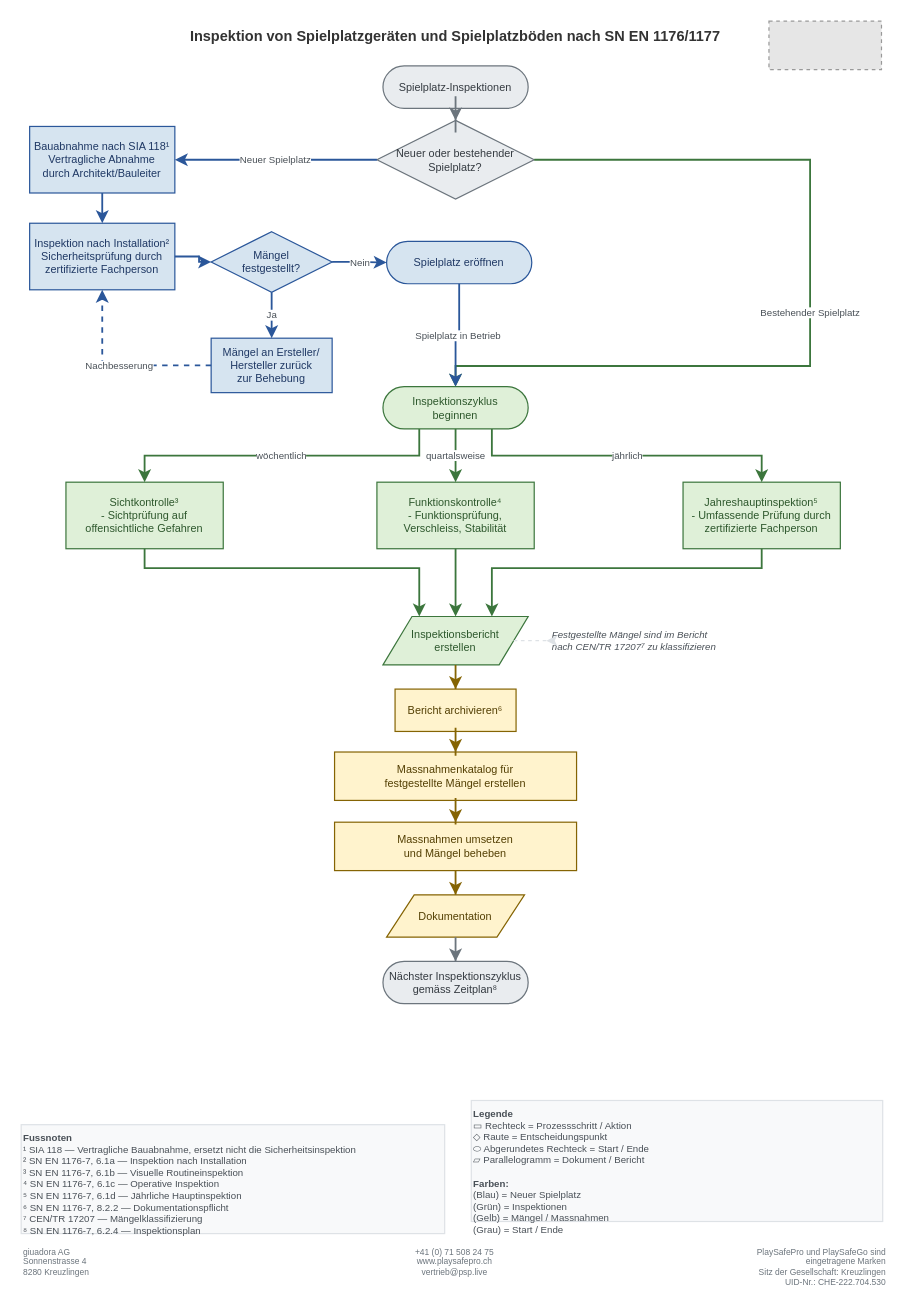
Before: Inspektion-von-Spielplatzgeraeten-und-Spielplatzboeden/Spielplatzinspektionen.drawio in giuadora/ch.playsafepro.flowcharts, a draw.io diagram. Source tidied: cells renumbered, new cells numbered last; positions are measured from the earlier drawing's top-left corner, leaving out a move shared by most shapes. Both pictures are drawn from the tidied source at 121%, with x=0, y=0 at pixel (21, 21). Pictures stored in the file or linked from it are replaced by grey dashed boxes.
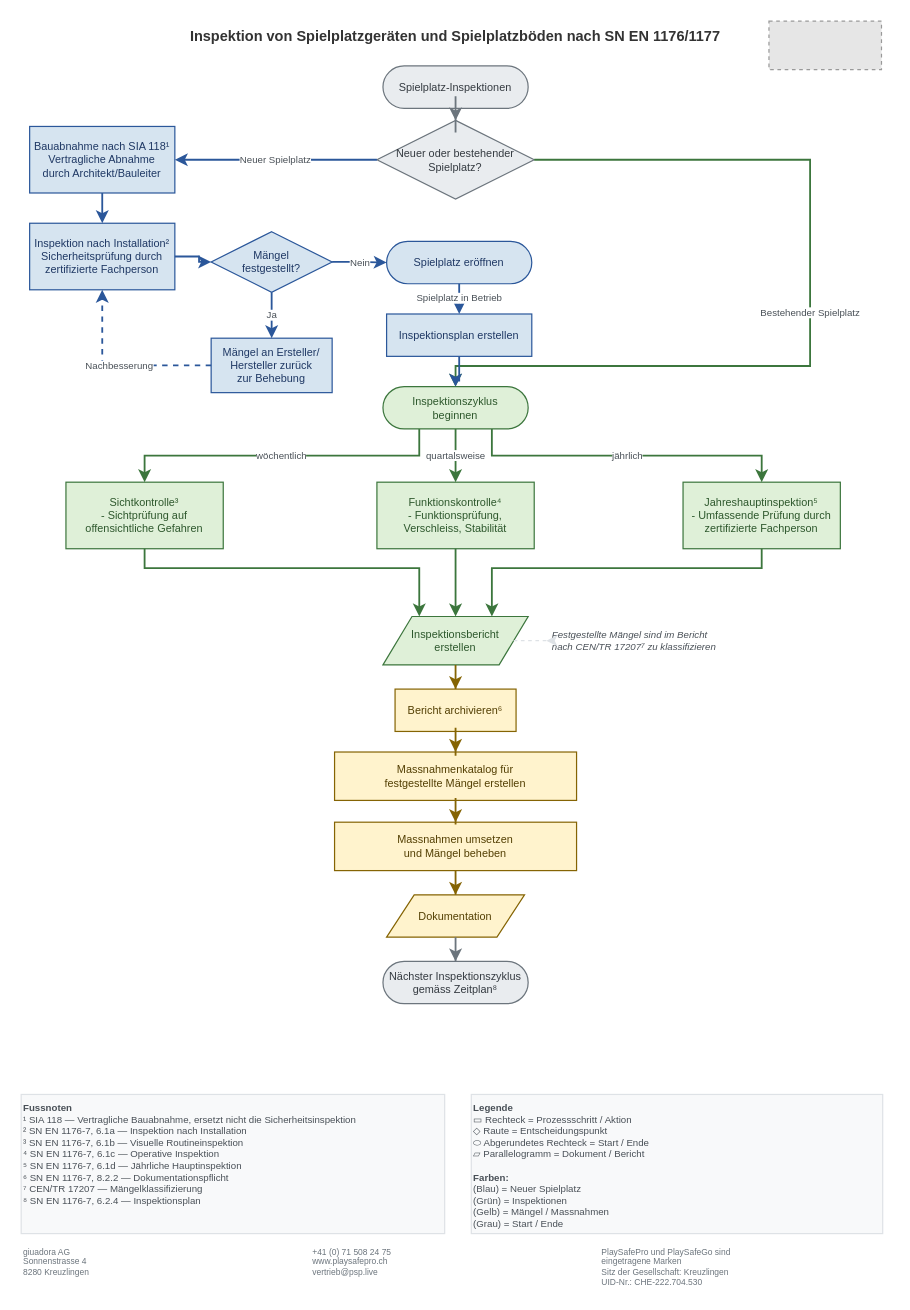
The same page after the edit.

Commit message (it also covers changes not shown here):
fix(06-02): fix info box overlap, align footer left, add Inspektionsplan node

The change refers to these unchanged cells:
```xml
<mxCell id="13" value="Spielplatz eröffnen" style="rounded=1;whiteSpace=wrap;html=1;fillColor=#D6E4F0;strokeColor=#2B579A;fontColor=#1F3864;fontSize=9;fontFamily=Helvetica;arcSize=50;" parent="1" vertex="1">
  <mxGeometry x="302" y="182" width="120" height="35" as="geometry" />
</mxCell>
<mxCell id="14" value="Inspektionszyklus&lt;br&gt;beginnen" style="rounded=1;whiteSpace=wrap;html=1;fillColor=#DFF0D8;strokeColor=#3C763D;fontColor=#2D572C;fontSize=9;fontFamily=Helvetica;arcSize=50;" parent="1" vertex="1">
  <mxGeometry x="299" y="302" width="120" height="35" as="geometry" />
</mxCell>
```

Diff of the diagram source:
```diff
@@
-    <mxCell id="5" value="+41 (0) 71 508 24 75&lt;br&gt;www.playsafepro.ch&lt;br&gt;vertrieb@psp.live" style="text;html=1;align=center;verticalAlign=top;whiteSpace=wrap;fontSize=7;fontFamily=Helvetica;fontColor=#6C757D;" parent="1" vertex="1">
+    <mxCell id="5" value="+41 (0) 71 508 24 75&lt;br&gt;www.playsafepro.ch&lt;br&gt;vertrieb@psp.live" style="text;html=1;align=left;verticalAlign=top;whiteSpace=wrap;fontSize=7;fontFamily=Helvetica;fontColor=#6C757D;" parent="1" vertex="1">
       <mxGeometry x="239" y="1007" width="239" height="35" as="geometry" />
     </mxCell>
-    <mxCell id="6" value="PlaySafePro und PlaySafeGo sind&lt;br&gt;eingetragene Marken&lt;br&gt;Sitz der Gesellschaft: Kreuzlingen&lt;br&gt;UID-Nr.: CHE-222.704.530" style="text;html=1;align=right;verticalAlign=top;whiteSpace=wrap;fontSize=7;fontFamily=Helvetica;fontColor=#6C757D;" parent="1" vertex="1">
+    <mxCell id="6" value="PlaySafePro und PlaySafeGo sind&lt;br&gt;eingetragene Marken&lt;br&gt;Sitz der Gesellschaft: Kreuzlingen&lt;br&gt;UID-Nr.: CHE-222.704.530" style="text;html=1;align=left;verticalAlign=top;whiteSpace=wrap;fontSize=7;fontFamily=Helvetica;fontColor=#6C757D;" parent="1" vertex="1">
       <mxGeometry x="478" y="1007" width="239" height="35" as="geometry" />
     </mxCell>
@@
+    <mxCell id="48" value="Inspektionsplan erstellen" style="rounded=0;whiteSpace=wrap;html=1;fillColor=#D6E4F0;strokeColor=#2B579A;fontColor=#1F3864;fontSize=9;fontFamily=Helvetica;align=center;" parent="1" vertex="1">
+      <mxGeometry x="302" y="242" width="120" height="35" as="geometry" />
+    </mxCell>
@@
     <mxCell id="25" value="&lt;b&gt;Fussnoten&lt;/b&gt;&lt;br&gt;¹ SIA 118 — Vertragliche Bauabnahme, ersetzt nicht die Sicherheitsinspektion&lt;br&gt;² SN EN 1176-7, 6.1a — Inspektion nach Installation&lt;br&gt;³ SN EN 1176-7, 6.1b — Visuelle Routineinspektion&lt;br&gt;⁴ SN EN 1176-7, 6.1c — Operative Inspektion&lt;br&gt;⁵ SN EN 1176-7, 6.1d — Jährliche Hauptinspektion&lt;br&gt;⁶ SN EN 1176-7, 8.2.2 — Dokumentationspflicht&lt;br&gt;⁷ CEN/TR 17207 — Mängelklassifizierung&lt;br&gt;⁸ SN EN 1176-7, 6.2.4 — Inspektionsplan" style="rounded=0;whiteSpace=wrap;html=1;fillColor=#F8F9FA;strokeColor=#DEE2E6;fontColor=#495057;fontSize=8;fontFamily=Helvetica;align=left;verticalAlign=top;" parent="1" vertex="1">
-      <mxGeometry y="912" width="350" height="90" as="geometry" />
+      <mxGeometry y="887" width="350" height="115" as="geometry" />
     </mxCell>
     <mxCell id="26" value="&lt;b&gt;Legende&lt;/b&gt;&lt;br&gt;▭ Rechteck = Prozessschritt / Aktion&lt;br&gt;◇ Raute = Entscheidungspunkt&lt;br&gt;⬭ Abgerundetes Rechteck = Start / Ende&lt;br&gt;▱ Parallelogramm = Dokument / Bericht&lt;br&gt;&lt;br&gt;&lt;b&gt;Farben:&lt;/b&gt;&lt;br&gt;(Blau) = Neuer Spielplatz&lt;br&gt;(Grün) = Inspektionen&lt;br&gt;(Gelb) = Mängel / Massnahmen&lt;br&gt;(Grau) = Start / Ende" style="rounded=0;whiteSpace=wrap;html=1;fillColor=#F8F9FA;strokeColor=#DEE2E6;fontColor=#495057;fontSize=8;fontFamily=Helvetica;align=left;verticalAlign=top;" parent="1" vertex="1">
-      <mxGeometry x="372" y="892" width="340" height="100" as="geometry" />
+      <mxGeometry x="372" y="887" width="340" height="115" as="geometry" />
     </mxCell>
@@
-    <mxCell id="35" value="Spielplatz in Betrieb" style="edgeStyle=orthogonalEdgeStyle;rounded=0;jettySize=auto;html=1;strokeColor=#2B579A;strokeWidth=1.5;fontSize=8;fontFamily=Helvetica;fontColor=#495057;" parent="1" edge="1" source="13" target="14">
+    <mxCell id="35" value="Spielplatz in Betrieb" style="edgeStyle=orthogonalEdgeStyle;rounded=0;jettySize=auto;html=1;strokeColor=#2B579A;strokeWidth=1.5;fontSize=8;fontFamily=Helvetica;fontColor=#495057;" parent="1" edge="1" source="13" target="48">
       <mxGeometry relative="1" as="geometry" />
     </mxCell>
+    <mxCell id="49" style="edgeStyle=orthogonalEdgeStyle;rounded=0;jettySize=auto;html=1;strokeColor=#2B579A;strokeWidth=1.5;" parent="1" edge="1" source="48" target="14">
+      <mxGeometry relative="1" as="geometry" />
+    </mxCell>
```
